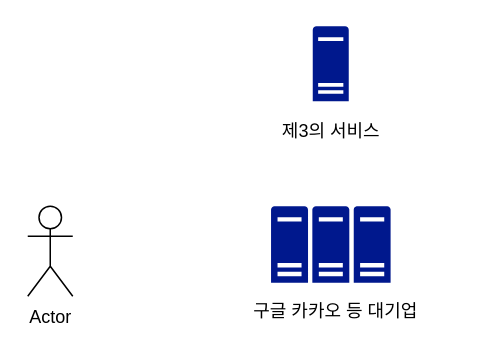
mikim3/Study keeps this draw.io diagram as page "Page-1" (1 of 4) of Untitled Diagram.drawio. Above is the earlier version. Source tidied: cells renumbered, new cells numbered last; positions are measured from the earlier drawing's top-left corner, leaving out a move shared by most shapes. Both pictures are drawn from the tidied source at 150%, with x=0, y=0 at pixel (27, 26).
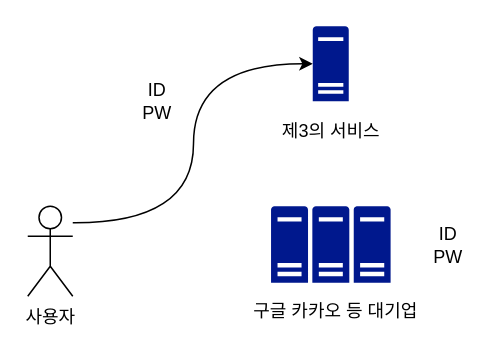
The same diagram, later.

The edit, as a diff of the source:
```diff
@@
 <mxGraphModel>
   <root>
     <mxCell id="0" />
     <mxCell id="1" parent="0" />
+    <mxCell id="7" style="edgeStyle=orthogonalEdgeStyle;rounded=0;jettySize=auto;html=1;entryX=0;entryY=0.5;entryDx=0;entryDy=0;entryPerimeter=0;strokeColor=default;curved=1;" parent="1" edge="1" target="3">
+      <mxGeometry relative="1" as="geometry">
+        <mxPoint x="30" y="131" as="sourcePoint" />
+      </mxGeometry>
+    </mxCell>
-    <mxCell id="2" value="Actor" style="shape=umlActor;verticalLabelPosition=bottom;verticalAlign=top;html=1;" parent="1" vertex="1">
+    <mxCell id="2" value="사용자" style="shape=umlActor;verticalLabelPosition=bottom;verticalAlign=top;html=1;" parent="1" vertex="1">
       <mxGeometry y="120" width="30" height="60" as="geometry" />
     </mxCell>
     <mxCell id="3" style="sketch=0;shadow=0;dashed=0;html=1;strokeColor=none;labelPosition=center;verticalLabelPosition=bottom;verticalAlign=top;align=center;fillColor=#00188D;shape=mxgraph.mscae.enterprise.server_generic;" parent="1" vertex="1">
       <mxGeometry x="190" width="24" height="50" as="geometry" />
     </mxCell>
     <mxCell id="4" style="sketch=0;shadow=0;dashed=0;html=1;strokeColor=none;labelPosition=center;verticalLabelPosition=bottom;verticalAlign=top;align=center;fillColor=#00188D;shape=mxgraph.mscae.enterprise.server_farm;" parent="1" vertex="1">
       <mxGeometry x="162.2" y="120" width="79.7" height="51" as="geometry" />
     </mxCell>
     <mxCell id="5" value="제3의 서비스" style="text;html=1;align=center;verticalAlign=middle;strokeColor=none;fillColor=none;" parent="1" vertex="1">
       <mxGeometry x="157" y="60" width="90" height="20" as="geometry" />
     </mxCell>
     <mxCell id="6" value="구글 카카오 등 대기업" style="text;html=1;align=center;verticalAlign=middle;strokeColor=none;fillColor=none;" parent="1" vertex="1">
       <mxGeometry x="140" y="180" width="130" height="20" as="geometry" />
     </mxCell>
+    <mxCell id="8" value="ID&lt;br&gt;PW" style="text;html=1;align=center;verticalAlign=middle;strokeColor=none;fillColor=none;" parent="1" vertex="1">
+      <mxGeometry x="71" y="34" width="29" height="32" as="geometry" />
+    </mxCell>
+    <mxCell id="9" value="ID&lt;br&gt;PW" style="text;html=1;align=center;verticalAlign=middle;strokeColor=none;fillColor=none;" parent="1" vertex="1">
+      <mxGeometry x="265" y="129.5" width="29" height="32" as="geometry" />
+    </mxCell>
   </root>
 </mxGraphModel>
```
